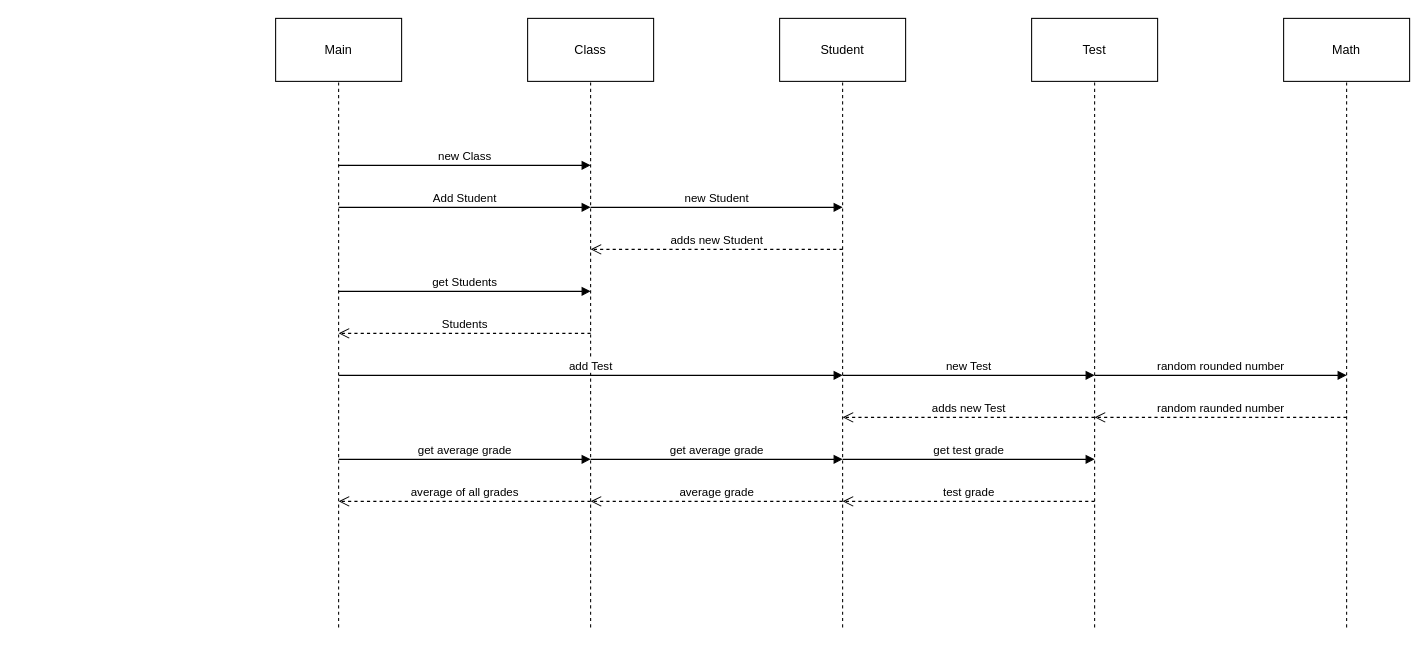
mogls/M320 keeps this draw.io diagram as Aufgaben/M2/M2.drawio. Above is the earlier version. Source tidied: cells renumbered, new cells numbered last; positions are measured from the earlier drawing's top-left corner, leaving out a move shared by most shapes. Both pictures are drawn from the tidied source at 105%, with x=0, y=0 at pixel (275, 18).
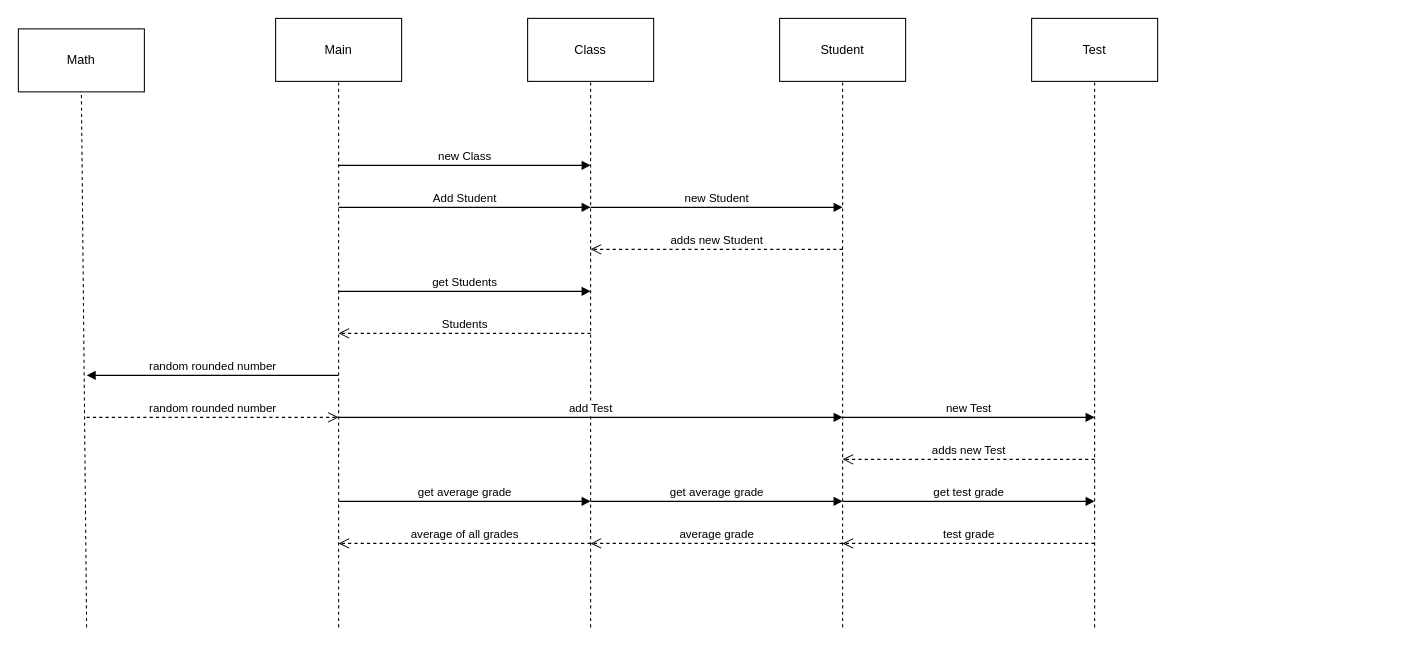
Above is the later version.

Change to the diagram source:
```diff
@@
     <mxCell id="8" value="Math" style="rounded=0;whiteSpace=wrap;html=1;" parent="1" vertex="1">
-      <mxGeometry x="960" width="120" height="60" as="geometry" />
+      <mxGeometry x="-245" y="10" width="120" height="60" as="geometry" />
     </mxCell>
     <mxCell id="9" style="endArrow=none;dashed=1;html=1;rounded=0;entryX=0.5;entryY=1;entryDx=0;entryDy=0;" parent="1" edge="1" target="8">
       <mxGeometry relative="1" as="geometry">
-        <mxPoint x="1020" y="580" as="sourcePoint" />
+        <mxPoint x="-180" y="580" as="sourcePoint" />
       </mxGeometry>
     </mxCell>
@@
     <mxCell id="18" value="add Test" style="html=1;verticalAlign=bottom;endArrow=block;curved=0;rounded=0;" parent="1" edge="1">
       <mxGeometry relative="1" as="geometry">
-        <mxPoint x="60" y="340" as="sourcePoint" />
-        <mxPoint x="540" y="340" as="targetPoint" />
+        <mxPoint x="60" y="380" as="sourcePoint" />
+        <mxPoint x="540" y="380" as="targetPoint" />
       </mxGeometry>
     </mxCell>
     <mxCell id="19" value="new Test" style="html=1;verticalAlign=bottom;endArrow=block;curved=0;rounded=0;" parent="1" edge="1">
       <mxGeometry relative="1" as="geometry">
-        <mxPoint x="540" y="340" as="sourcePoint" />
-        <mxPoint x="780" y="340" as="targetPoint" />
+        <mxPoint x="540" y="380" as="sourcePoint" />
+        <mxPoint x="780" y="380" as="targetPoint" />
       </mxGeometry>
     </mxCell>
     <mxCell id="20" value="random rounded number" style="html=1;verticalAlign=bottom;endArrow=block;curved=0;rounded=0;" parent="1" edge="1">
       <mxGeometry relative="1" as="geometry">
-        <mxPoint x="780" y="340" as="sourcePoint" />
-        <mxPoint x="1020" y="340" as="targetPoint" />
+        <mxPoint x="60" y="340" as="sourcePoint" />
+        <mxPoint x="-180" y="340" as="targetPoint" />
       </mxGeometry>
     </mxCell>
-    <mxCell id="21" value="random raunded number" style="html=1;verticalAlign=bottom;endArrow=open;dashed=1;endSize=8;curved=0;rounded=0;" parent="1" edge="1">
+    <mxCell id="21" value="random rounded number" style="html=1;verticalAlign=bottom;endArrow=open;dashed=1;endSize=8;curved=0;rounded=0;" parent="1" edge="1">
       <mxGeometry relative="1" as="geometry">
-        <mxPoint x="1020" y="380" as="sourcePoint" />
-        <mxPoint x="780" y="380" as="targetPoint" />
+        <mxPoint x="-180" y="380" as="sourcePoint" />
+        <mxPoint x="60" y="380" as="targetPoint" />
       </mxGeometry>
     </mxCell>
     <mxCell id="22" value="adds new Test" style="html=1;verticalAlign=bottom;endArrow=open;dashed=1;endSize=8;curved=0;rounded=0;" parent="1" edge="1">
       <mxGeometry relative="1" as="geometry">
-        <mxPoint x="780" y="380" as="sourcePoint" />
-        <mxPoint x="540" y="380" as="targetPoint" />
+        <mxPoint x="780" y="420" as="sourcePoint" />
+        <mxPoint x="540" y="420" as="targetPoint" />
       </mxGeometry>
     </mxCell>
     <mxCell id="23" value="get average grade" style="html=1;verticalAlign=bottom;endArrow=block;curved=0;rounded=0;" parent="1" edge="1">
       <mxGeometry relative="1" as="geometry">
-        <mxPoint x="60" y="420" as="sourcePoint" />
-        <mxPoint x="300" y="420" as="targetPoint" />
+        <mxPoint x="60" y="460" as="sourcePoint" />
+        <mxPoint x="300" y="460" as="targetPoint" />
       </mxGeometry>
     </mxCell>
     <mxCell id="24" value="get average grade" style="html=1;verticalAlign=bottom;endArrow=block;curved=0;rounded=0;" parent="1" edge="1">
       <mxGeometry relative="1" as="geometry">
-        <mxPoint x="300" y="420" as="sourcePoint" />
-        <mxPoint x="540" y="420" as="targetPoint" />
+        <mxPoint x="300" y="460" as="sourcePoint" />
+        <mxPoint x="540" y="460" as="targetPoint" />
       </mxGeometry>
     </mxCell>
     <mxCell id="25" value="get test grade" style="html=1;verticalAlign=bottom;endArrow=block;curved=0;rounded=0;" parent="1" edge="1">
       <mxGeometry relative="1" as="geometry">
-        <mxPoint x="540" y="420" as="sourcePoint" />
-        <mxPoint x="780" y="420" as="targetPoint" />
+        <mxPoint x="540" y="460" as="sourcePoint" />
+        <mxPoint x="780" y="460" as="targetPoint" />
       </mxGeometry>
     </mxCell>
     <mxCell id="26" value="test grade" style="html=1;verticalAlign=bottom;endArrow=open;dashed=1;endSize=8;curved=0;rounded=0;" parent="1" edge="1">
       <mxGeometry relative="1" as="geometry">
-        <mxPoint x="780" y="460" as="sourcePoint" />
-        <mxPoint x="540" y="460" as="targetPoint" />
+        <mxPoint x="780" y="500" as="sourcePoint" />
+        <mxPoint x="540" y="500" as="targetPoint" />
       </mxGeometry>
     </mxCell>
     <mxCell id="27" value="average grade" style="html=1;verticalAlign=bottom;endArrow=open;dashed=1;endSize=8;curved=0;rounded=0;" parent="1" edge="1">
       <mxGeometry relative="1" as="geometry">
-        <mxPoint x="540" y="460" as="sourcePoint" />
-        <mxPoint x="300" y="460" as="targetPoint" />
+        <mxPoint x="540" y="500" as="sourcePoint" />
+        <mxPoint x="300" y="500" as="targetPoint" />
       </mxGeometry>
     </mxCell>
     <mxCell id="28" value="average of all grades" style="html=1;verticalAlign=bottom;endArrow=open;dashed=1;endSize=8;curved=0;rounded=0;" parent="1" edge="1">
       <mxGeometry relative="1" as="geometry">
-        <mxPoint x="300" y="460" as="sourcePoint" />
-        <mxPoint x="60" y="460" as="targetPoint" />
+        <mxPoint x="300" y="500" as="sourcePoint" />
+        <mxPoint x="60" y="500" as="targetPoint" />
       </mxGeometry>
     </mxCell>
```
